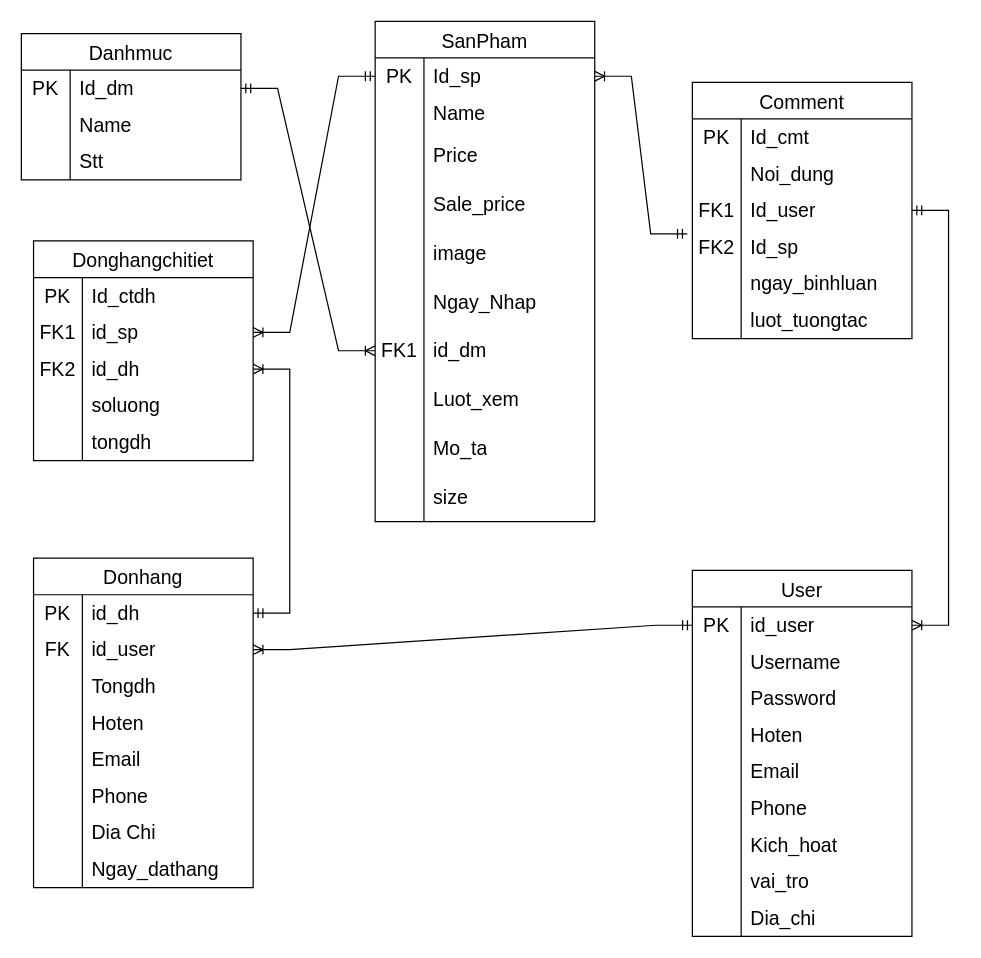
Earlier version of the draw.io diagram DuAn1.drawio (taipt204/web1043-web18304). Source tidied: cells renumbered, new cells numbered last; positions are measured from the earlier drawing's top-left corner, leaving out a move shared by most shapes. Both pictures are drawn from the tidied source at 122%, with x=0, y=0 at pixel (21, 21).
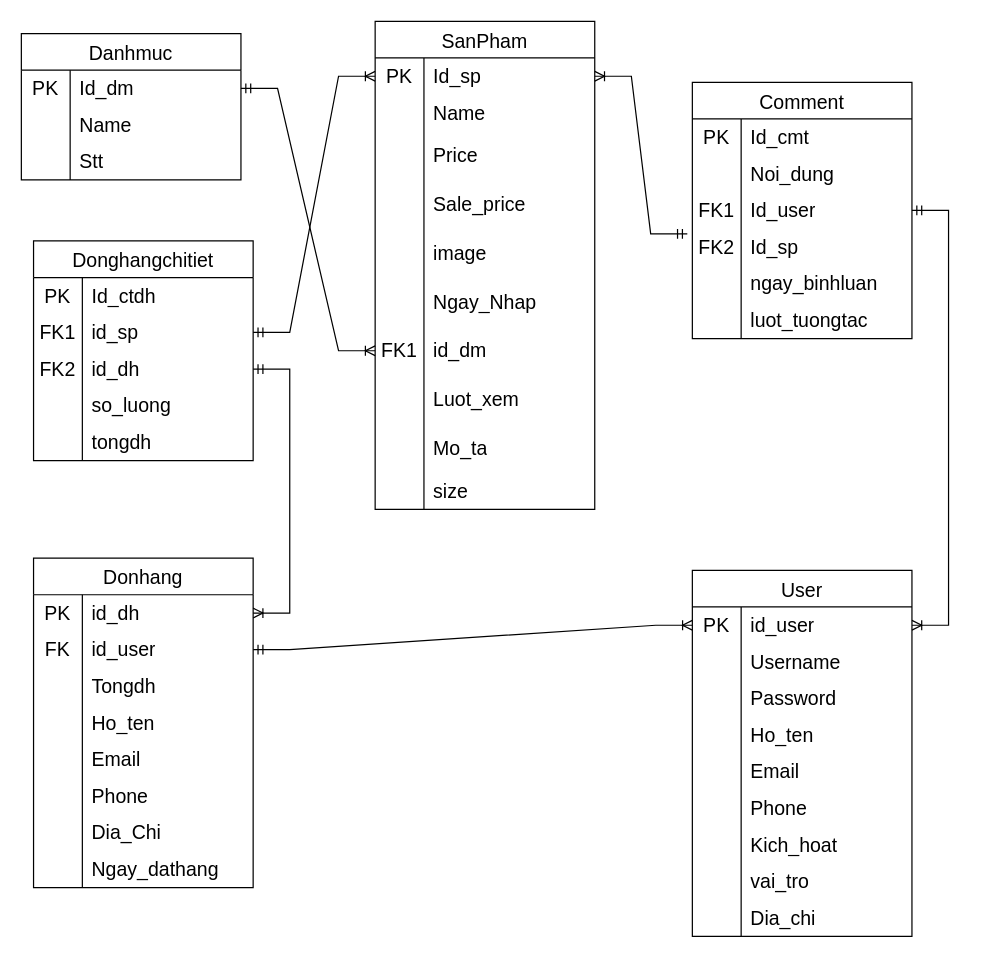
The same page after the edit.

Commit message:
Cập nhật DuAn1.drawio

Unchanged cells that the change refers to:
```xml
<mxCell id="13" style="shape=tableRow;horizontal=0;startSize=0;swimlaneHead=0;swimlaneBody=0;top=0;left=0;bottom=0;right=0;fillColor=none;points=[[0,0.5],[1,0.5]];portConstraint=eastwest;strokeColor=inherit;fontSize=16;" parent="12" vertex="1">
  <mxGeometry y="30" width="180" height="30" as="geometry" />
</mxCell>
<mxCell id="47" style="shape=tableRow;horizontal=0;startSize=0;swimlaneHead=0;swimlaneBody=0;top=0;left=0;bottom=0;right=0;fillColor=none;points=[[0,0.5],[1,0.5]];portConstraint=eastwest;strokeColor=inherit;fontSize=16;" parent="43" vertex="1">
  <mxGeometry y="60" width="180" height="30" as="geometry" />
</mxCell>
<mxCell id="50" style="shape=tableRow;horizontal=0;startSize=0;swimlaneHead=0;swimlaneBody=0;top=0;left=0;bottom=0;right=0;fillColor=none;points=[[0,0.5],[1,0.5]];portConstraint=eastwest;strokeColor=inherit;fontSize=16;" parent="43" vertex="1">
  <mxGeometry y="90" width="180" height="30" as="geometry" />
</mxCell>
<mxCell id="53" style="shape=tableRow;horizontal=0;startSize=0;swimlaneHead=0;swimlaneBody=0;top=0;left=0;bottom=0;right=0;fillColor=none;strokeColor=inherit;fontSize=16;" parent="43" vertex="1">
  <mxGeometry y="120" width="180" height="30" as="geometry" />
</mxCell>
<mxCell id="60" style="shape=tableRow;horizontal=0;startSize=0;swimlaneHead=0;swimlaneBody=0;top=0;left=0;bottom=0;right=0;fillColor=none;points=[[0,0.5],[1,0.5]];portConstraint=eastwest;strokeColor=inherit;fontSize=16;" parent="59" vertex="1">
  <mxGeometry y="30" width="180" height="30" as="geometry" />
</mxCell>
<mxCell id="63" style="shape=tableRow;horizontal=0;startSize=0;swimlaneHead=0;swimlaneBody=0;top=0;left=0;bottom=0;right=0;fillColor=none;points=[[0,0.5],[1,0.5]];portConstraint=eastwest;strokeColor=inherit;fontSize=16;" parent="59" vertex="1">
  <mxGeometry y="60" width="180" height="30" as="geometry" />
</mxCell>
<mxCell id="69" style="shape=tableRow;horizontal=0;startSize=0;swimlaneHead=0;swimlaneBody=0;top=0;left=0;bottom=0;right=0;fillColor=none;strokeColor=inherit;fontSize=16;" parent="59" vertex="1">
  <mxGeometry y="120" width="180" height="30" as="geometry" />
</mxCell>
<mxCell id="78" style="shape=tableRow;horizontal=0;startSize=0;swimlaneHead=0;swimlaneBody=0;top=0;left=0;bottom=0;right=0;fillColor=none;strokeColor=inherit;fontSize=16;" parent="59" vertex="1">
  <mxGeometry y="210" width="180" height="30" as="geometry" />
</mxCell>
<mxCell id="85" style="shape=tableRow;horizontal=0;startSize=0;swimlaneHead=0;swimlaneBody=0;top=0;left=0;bottom=0;right=0;fillColor=none;points=[[0,0.5],[1,0.5]];portConstraint=eastwest;strokeColor=inherit;fontSize=16;" parent="84" vertex="1">
  <mxGeometry y="30" width="180" height="30" as="geometry" />
</mxCell>
<mxCell id="94" style="shape=tableRow;horizontal=0;startSize=0;swimlaneHead=0;swimlaneBody=0;top=0;left=0;bottom=0;right=0;fillColor=none;strokeColor=inherit;fontSize=16;" parent="84" vertex="1">
  <mxGeometry y="120" width="180" height="30" as="geometry" />
</mxCell>
```

Change to the diagram source:
```diff
@@
     <mxCell id="12" value="SanPham" style="shape=table;startSize=30;childLayout=tableLayout;rowLines=0;fontStyle=0;strokeColor=default;fontSize=16;" parent="1" vertex="1">
-      <mxGeometry x="290" width="180" height="410" as="geometry" />
+      <mxGeometry x="290" width="180" height="400" as="geometry" />
     </mxCell>
@@
     <mxCell id="40" style="shape=tableRow;horizontal=0;startSize=0;swimlaneHead=0;swimlaneBody=0;top=0;left=0;bottom=0;right=0;fillColor=none;strokeColor=inherit;fontSize=16;" parent="12" vertex="1">
-      <mxGeometry y="370" width="180" height="40" as="geometry" />
+      <mxGeometry y="370" width="180" height="30" as="geometry" />
     </mxCell>
     <mxCell id="41" style="shape=partialRectangle;html=1;whiteSpace=wrap;fillColor=none;top=0;left=0;bottom=0;right=0;overflow=hidden;strokeColor=inherit;fontSize=16;" parent="40" vertex="1">
-      <mxGeometry width="40" height="40" as="geometry" />
+      <mxGeometry width="40" height="30" as="geometry" />
     </mxCell>
     <mxCell id="42" value="size" style="shape=partialRectangle;html=1;whiteSpace=wrap;fillColor=none;top=0;left=0;bottom=0;right=0;align=left;spacingLeft=6;overflow=hidden;strokeColor=inherit;fontSize=16;" parent="40" vertex="1">
-      <mxGeometry x="40" width="140" height="40" as="geometry" />
+      <mxGeometry x="40" width="140" height="30" as="geometry" />
     </mxCell>
@@
-    <mxCell id="55" value="soluong" style="shape=partialRectangle;html=1;whiteSpace=wrap;fillColor=none;top=0;left=0;bottom=0;right=0;align=left;spacingLeft=6;overflow=hidden;strokeColor=inherit;fontSize=16;" parent="53" vertex="1">
+    <mxCell id="55" value="so_luong" style="shape=partialRectangle;html=1;whiteSpace=wrap;fillColor=none;top=0;left=0;bottom=0;right=0;align=left;spacingLeft=6;overflow=hidden;strokeColor=inherit;fontSize=16;" parent="53" vertex="1">
       <mxGeometry x="40" width="140" height="30" as="geometry" />
     </mxCell>
@@
-    <mxCell id="71" value="Hoten" style="shape=partialRectangle;html=1;whiteSpace=wrap;fillColor=none;top=0;left=0;bottom=0;right=0;align=left;spacingLeft=6;overflow=hidden;strokeColor=inherit;fontSize=16;" parent="69" vertex="1">
+    <mxCell id="71" value="Ho_ten" style="shape=partialRectangle;html=1;whiteSpace=wrap;fillColor=none;top=0;left=0;bottom=0;right=0;align=left;spacingLeft=6;overflow=hidden;strokeColor=inherit;fontSize=16;" parent="69" vertex="1">
       <mxGeometry x="40" width="140" height="30" as="geometry" />
     </mxCell>
@@
-    <mxCell id="80" value="Dia Chi" style="shape=partialRectangle;html=1;whiteSpace=wrap;fillColor=none;top=0;left=0;bottom=0;right=0;align=left;spacingLeft=6;overflow=hidden;strokeColor=inherit;fontSize=16;" parent="78" vertex="1">
+    <mxCell id="80" value="Dia_Chi" style="shape=partialRectangle;html=1;whiteSpace=wrap;fillColor=none;top=0;left=0;bottom=0;right=0;align=left;spacingLeft=6;overflow=hidden;strokeColor=inherit;fontSize=16;" parent="78" vertex="1">
       <mxGeometry x="40" width="140" height="30" as="geometry" />
     </mxCell>
@@
-    <mxCell id="96" value="Hoten" style="shape=partialRectangle;html=1;whiteSpace=wrap;fillColor=none;top=0;left=0;bottom=0;right=0;align=left;spacingLeft=6;overflow=hidden;strokeColor=inherit;fontSize=16;" parent="94" vertex="1">
+    <mxCell id="96" value="Ho_ten" style="shape=partialRectangle;html=1;whiteSpace=wrap;fillColor=none;top=0;left=0;bottom=0;right=0;align=left;spacingLeft=6;overflow=hidden;strokeColor=inherit;fontSize=16;" parent="94" vertex="1">
       <mxGeometry x="40" width="140" height="30" as="geometry" />
     </mxCell>
@@
-    <mxCell id="132" style="edgeStyle=entityRelationEdgeStyle;fontSize=12;html=1;endArrow=ERoneToMany;startArrow=ERmandOne;rounded=0;exitX=0;exitY=0.5;exitDx=0;exitDy=0;" parent="1" edge="1" source="13" target="47">
-      <mxGeometry relative="1" as="geometry" />
-    </mxCell>
-    <mxCell id="133" style="edgeStyle=entityRelationEdgeStyle;fontSize=12;html=1;endArrow=ERoneToMany;startArrow=ERmandOne;rounded=0;entryX=1;entryY=0.5;entryDx=0;entryDy=0;" parent="1" edge="1" source="60" target="50">
+    <mxCell id="133" style="edgeStyle=entityRelationEdgeStyle;fontSize=12;html=1;endArrow=ERoneToMany;startArrow=ERmandOne;rounded=0;" parent="1" edge="1" source="50" target="60">
       <mxGeometry relative="1" as="geometry" />
     </mxCell>
@@
-    <mxCell id="136" style="edgeStyle=entityRelationEdgeStyle;fontSize=12;html=1;endArrow=ERoneToMany;startArrow=ERmandOne;rounded=0;" parent="1" edge="1" source="85" target="63">
+    <mxCell id="136" style="edgeStyle=entityRelationEdgeStyle;fontSize=12;html=1;endArrow=ERoneToMany;startArrow=ERmandOne;rounded=0;" parent="1" edge="1" source="63" target="85">
       <mxGeometry relative="1" as="geometry" />
     </mxCell>
+    <mxCell id="137" style="edgeStyle=entityRelationEdgeStyle;fontSize=12;html=1;endArrow=ERoneToMany;startArrow=ERmandOne;rounded=0;" parent="1" edge="1" source="47" target="13">
+      <mxGeometry relative="1" as="geometry" />
+    </mxCell>
```
